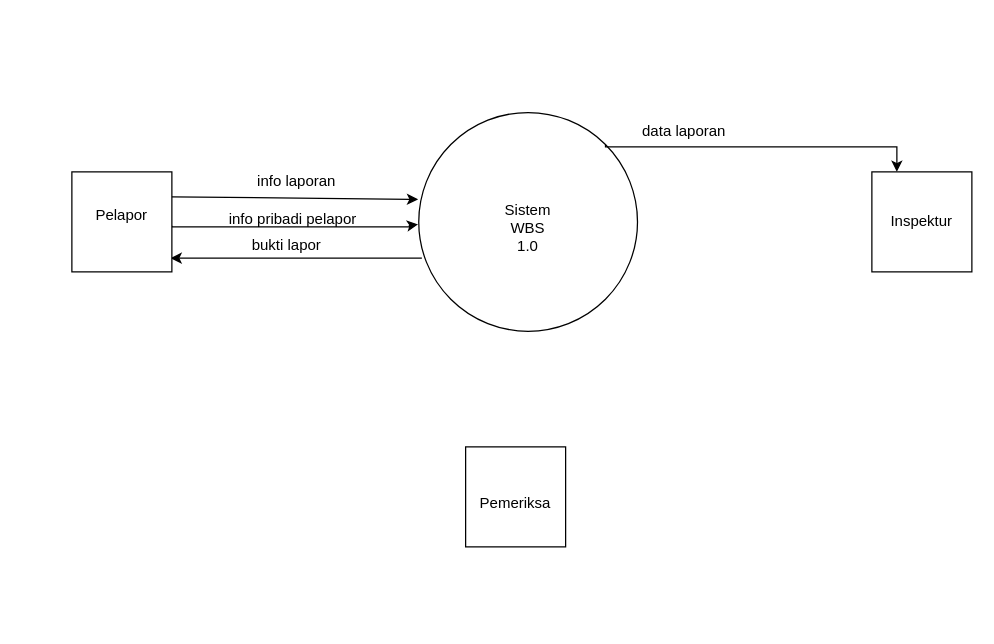
Before: page "Page-1" (1 of 3) of WBS DFD level 0.drawio in putuokky/konseptual-wbs, a draw.io diagram. Source tidied: cells renumbered, new cells numbered last; positions are measured from the earlier drawing's top-left corner, leaving out a move shared by most shapes. Both pictures are drawn from the tidied source at 125%, with x=0, y=0 at pixel (71, 111).
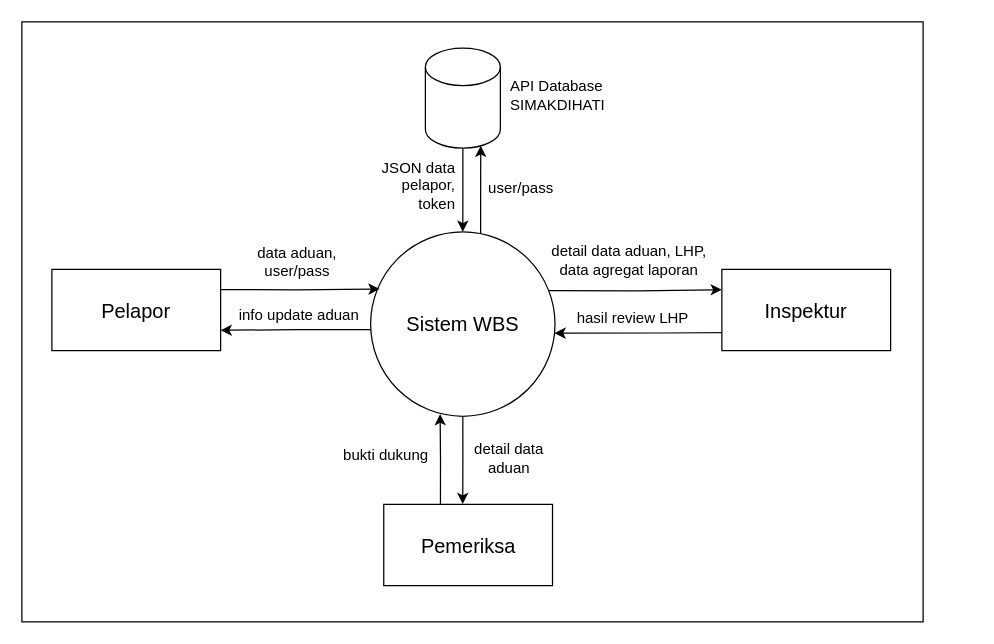
The same diagram, later.

Diff of the diagram source:
```diff
@@
+    <mxCell id="18" style="edgeStyle=orthogonalEdgeStyle;rounded=0;jettySize=auto;html=1;entryX=0.377;entryY=0.988;entryDx=0;entryDy=0;entryPerimeter=0;exitX=0.336;exitY=0.016;exitDx=0;exitDy=0;exitPerimeter=0;" parent="1" edge="1" source="17" target="2">
+      <mxGeometry relative="1" as="geometry" />
+    </mxCell>
+    <mxCell id="17" value="Pemeriksa" style="rounded=0;whiteSpace=wrap;html=1;fontSize=16;" parent="1" vertex="1">
+      <mxGeometry x="249.5" y="314" width="135" height="65" as="geometry" />
+    </mxCell>
+    <mxCell id="19" style="edgeStyle=orthogonalEdgeStyle;rounded=0;jettySize=auto;html=1;entryX=1;entryY=0.75;entryDx=0;entryDy=0;exitX=0.011;exitY=0.53;exitDx=0;exitDy=0;exitPerimeter=0;" parent="1" edge="1" source="2" target="9">
+      <mxGeometry relative="1" as="geometry" />
+    </mxCell>
+    <mxCell id="20" style="edgeStyle=orthogonalEdgeStyle;rounded=0;jettySize=auto;html=1;entryX=0;entryY=0.25;entryDx=0;entryDy=0;exitX=0.96;exitY=0.319;exitDx=0;exitDy=0;exitPerimeter=0;" parent="1" edge="1" source="2" target="10">
+      <mxGeometry relative="1" as="geometry" />
+    </mxCell>
+    <mxCell id="21" style="edgeStyle=orthogonalEdgeStyle;rounded=0;jettySize=auto;html=1;entryX=0.468;entryY=-0.004;entryDx=0;entryDy=0;entryPerimeter=0;" parent="1" edge="1" source="2" target="17">
+      <mxGeometry relative="1" as="geometry" />
+    </mxCell>
+    <mxCell id="22" style="edgeStyle=orthogonalEdgeStyle;rounded=0;jettySize=auto;html=1;entryX=0.738;entryY=0.975;entryDx=0;entryDy=0;entryPerimeter=0;" parent="1" edge="1" source="2" target="28">
+      <mxGeometry relative="1" as="geometry">
+        <Array as="points">
+          <mxPoint x="327" y="78" />
+          <mxPoint x="327" y="78" />
+        </Array>
+      </mxGeometry>
+    </mxCell>
-    <mxCell id="2" style="ellipse;whiteSpace=wrap;html=1;" parent="1" vertex="1">
-      <mxGeometry x="277.5" y="0.5" width="175" height="175" as="geometry" />
+    <mxCell id="2" value="Sistem WBS&lt;br style=&quot;border-color: var(--border-color); font-size: 16px;&quot;&gt;" style="ellipse;whiteSpace=wrap;html=1;fontSize=16;" parent="1" vertex="1">
+      <mxGeometry x="239" y="96" width="147.5" height="147.5" as="geometry" />
     </mxCell>
-    <mxCell id="3" value="Sistem WBS&lt;br&gt;1.0" style="text;strokeColor=none;align=center;fillColor=none;html=1;verticalAlign=middle;whiteSpace=wrap;rounded=0;" parent="1" vertex="1">
-      <mxGeometry x="335" y="78" width="60" height="30" as="geometry" />
-    </mxCell>
-    <mxCell id="4" style="edgeStyle=orthogonalEdgeStyle;rounded=0;orthogonalLoop=1;jettySize=auto;html=1;exitX=1;exitY=0.25;exitDx=0;exitDy=0;entryX=-0.003;entryY=0.38;entryDx=0;entryDy=0;entryPerimeter=0;" parent="1" edge="1">
-      <mxGeometry relative="1" as="geometry">
-        <mxPoint x="80" y="91" as="sourcePoint" />
-        <mxPoint x="277" y="90" as="targetPoint" />
-        <Array as="points">
-          <mxPoint x="80" y="92" />
-          <mxPoint x="270" y="92" />
-          <mxPoint x="270" y="91" />
-        </Array>
-      </mxGeometry>
-    </mxCell>
-    <mxCell id="5" style="edgeStyle=orthogonalEdgeStyle;rounded=0;orthogonalLoop=1;jettySize=auto;html=1;entryX=1.013;entryY=0.638;entryDx=0;entryDy=0;entryPerimeter=0;" parent="1" edge="1">
-      <mxGeometry relative="1" as="geometry">
-        <mxPoint x="280" y="117" as="sourcePoint" />
-        <mxPoint x="79" y="117" as="targetPoint" />
-      </mxGeometry>
-    </mxCell>
-    <mxCell id="6" style="whiteSpace=wrap;html=1;" parent="1" vertex="1">
-      <mxGeometry y="48" width="80" height="80" as="geometry" />
-    </mxCell>
-    <mxCell id="7" style="edgeStyle=orthogonalEdgeStyle;rounded=0;jettySize=auto;html=1;exitX=1;exitY=0;exitDx=0;exitDy=0;entryX=0.25;entryY=0;entryDx=0;entryDy=0;" parent="1" edge="1" source="2" target="8">
-      <mxGeometry relative="1" as="geometry">
-        <Array as="points">
-          <mxPoint x="427" y="28" />
-          <mxPoint x="660" y="28" />
-        </Array>
-      </mxGeometry>
-    </mxCell>
-    <mxCell id="8" style="whiteSpace=wrap;html=1;" parent="1" vertex="1">
-      <mxGeometry x="640" y="48" width="80" height="80" as="geometry" />
-    </mxCell>
-    <mxCell id="9" value="Pelapor" style="text;strokeColor=none;align=center;fillColor=none;html=1;verticalAlign=middle;whiteSpace=wrap;rounded=0;" parent="1" vertex="1">
-      <mxGeometry x="10" y="68" width="60" height="30" as="geometry" />
-    </mxCell>
-    <mxCell id="10" value="Inspektur" style="text;strokeColor=none;align=center;fillColor=none;html=1;verticalAlign=middle;whiteSpace=wrap;rounded=0;" parent="1" vertex="1">
-      <mxGeometry x="650" y="73" width="60" height="30" as="geometry" />
-    </mxCell>
-    <mxCell id="11" style="endArrow=classic;html=1;rounded=0;entryX=-0.003;entryY=0.397;entryDx=0;entryDy=0;exitX=1;exitY=0.25;exitDx=0;exitDy=0;entryPerimeter=0;" parent="1" edge="1" source="6" target="2">
-      <mxGeometry relative="1" as="geometry" />
-    </mxCell>
-    <mxCell id="12" value="info laporan" style="text;strokeColor=none;align=center;fillColor=none;html=1;verticalAlign=middle;whiteSpace=wrap;rounded=0;" parent="1" vertex="1">
-      <mxGeometry x="130" y="41" width="100" height="30" as="geometry" />
+    <mxCell id="12" value="data aduan, &lt;br&gt;user/pass" style="text;strokeColor=none;align=center;fillColor=none;html=1;verticalAlign=middle;whiteSpace=wrap;rounded=0;" parent="1" vertex="1">
+      <mxGeometry x="135" y="105" width="91" height="30" as="geometry" />
     </mxCell>
-    <mxCell id="13" value="info pribadi pelapor" style="text;strokeColor=none;align=center;fillColor=none;html=1;verticalAlign=middle;whiteSpace=wrap;rounded=0;" parent="1" vertex="1">
-      <mxGeometry x="102" y="71" width="150" height="30" as="geometry" />
-    </mxCell>
-    <mxCell id="14" value="bukti lapor" style="text;strokeColor=none;align=center;fillColor=none;html=1;verticalAlign=middle;whiteSpace=wrap;rounded=0;" parent="1" vertex="1">
-      <mxGeometry x="142" y="92" width="60" height="30" as="geometry" />
+    <mxCell id="14" value="info update aduan" style="text;strokeColor=none;align=center;fillColor=none;html=1;verticalAlign=middle;whiteSpace=wrap;rounded=0;" parent="1" vertex="1">
+      <mxGeometry x="127" y="148" width="110" height="30" as="geometry" />
     </mxCell>
-    <mxCell id="15" value="data laporan" style="text;strokeColor=none;align=center;fillColor=none;html=1;verticalAlign=middle;whiteSpace=wrap;rounded=0;" parent="1" vertex="1">
-      <mxGeometry x="440" y="0.5" width="100" height="30" as="geometry" />
+    <mxCell id="15" value="detail data aduan, LHP, &lt;br&gt;data agregat laporan" style="text;strokeColor=none;align=center;fillColor=none;html=1;verticalAlign=middle;whiteSpace=wrap;rounded=0;" parent="1" vertex="1">
+      <mxGeometry x="373" y="104" width="146" height="30" as="geometry" />
     </mxCell>
-    <mxCell id="16" style="whiteSpace=wrap;html=1;" parent="1" vertex="1">
-      <mxGeometry x="315" y="268" width="80" height="80" as="geometry" />
-    </mxCell>
-    <mxCell id="17" value="Pemeriksa" style="text;strokeColor=none;align=center;fillColor=none;html=1;verticalAlign=middle;whiteSpace=wrap;rounded=0;" parent="1" vertex="1">
-      <mxGeometry x="325" y="298" width="60" height="30" as="geometry" />
-    </mxCell>
+    <mxCell id="23" style="edgeStyle=orthogonalEdgeStyle;rounded=0;orthogonalLoop=1;jettySize=auto;html=1;exitX=0.012;exitY=0.806;exitDx=0;exitDy=0;entryX=0.997;entryY=0.563;entryDx=0;entryDy=0;exitPerimeter=0;entryPerimeter=0;" parent="1" edge="1">
+      <mxGeometry relative="1" as="geometry">
+        <mxPoint x="559.6" y="176.4" as="sourcePoint" />
+        <mxPoint x="386.1" y="177" as="targetPoint" />
+      </mxGeometry>
+    </mxCell>
+    <mxCell id="10" value="Inspektur" style="rounded=0;whiteSpace=wrap;html=1;fontSize=16;" parent="1" vertex="1">
+      <mxGeometry x="520" y="126" width="135" height="65" as="geometry" />
+    </mxCell>
+    <mxCell id="24" style="edgeStyle=orthogonalEdgeStyle;rounded=0;jettySize=auto;html=1;exitX=1;exitY=0.25;exitDx=0;exitDy=0;entryX=0.049;entryY=0.31;entryDx=0;entryDy=0;entryPerimeter=0;" parent="1" edge="1" source="9" target="2">
+      <mxGeometry relative="1" as="geometry" />
+    </mxCell>
+    <mxCell id="9" value="Pelapor" style="rounded=0;whiteSpace=wrap;html=1;fontSize=16;" parent="1" vertex="1">
+      <mxGeometry x="-16" y="126" width="135" height="65" as="geometry" />
+    </mxCell>
+    <mxCell id="25" value="hasil review LHP" style="text;strokeColor=none;align=center;fillColor=none;html=1;verticalAlign=middle;whiteSpace=wrap;rounded=0;" parent="1" vertex="1">
+      <mxGeometry x="376" y="150" width="146" height="30" as="geometry" />
+    </mxCell>
+    <mxCell id="26" value="detail data aduan" style="text;strokeColor=none;align=center;fillColor=none;html=1;verticalAlign=middle;whiteSpace=wrap;rounded=0;" parent="1" vertex="1">
+      <mxGeometry x="315.5" y="262" width="68" height="30" as="geometry" />
+    </mxCell>
+    <mxCell id="27" style="edgeStyle=orthogonalEdgeStyle;rounded=0;jettySize=auto;html=1;" parent="1" edge="1" source="28" target="2">
+      <mxGeometry relative="1" as="geometry" />
+    </mxCell>
+    <mxCell id="28" style="shape=cylinder3;whiteSpace=wrap;html=1;boundedLbl=1;backgroundOutline=1;size=15;" parent="1" vertex="1">
+      <mxGeometry x="282.8" y="-51" width="60" height="80" as="geometry" />
+    </mxCell>
+    <mxCell id="29" value="API Database SIMAKDIHATI" style="text;strokeColor=none;align=left;fillColor=none;html=1;verticalAlign=middle;whiteSpace=wrap;rounded=0;" parent="1" vertex="1">
+      <mxGeometry x="348.8" y="-28" width="90" height="30" as="geometry" />
+    </mxCell>
+    <mxCell id="30" value="JSON data pelapor,&lt;br&gt;token" style="text;strokeColor=none;align=right;fillColor=none;html=1;verticalAlign=middle;whiteSpace=wrap;rounded=0;" parent="1" vertex="1">
+      <mxGeometry x="219" y="32" width="90" height="53" as="geometry" />
+    </mxCell>
+    <mxCell id="31" value="user/pass" style="text;strokeColor=none;align=center;fillColor=none;html=1;verticalAlign=middle;whiteSpace=wrap;rounded=0;" parent="1" vertex="1">
+      <mxGeometry x="321" y="46" width="77" height="30" as="geometry" />
+    </mxCell>
+    <mxCell id="32" value="bukti dukung" style="text;strokeColor=none;align=center;fillColor=none;html=1;verticalAlign=middle;whiteSpace=wrap;rounded=0;" parent="1" vertex="1">
+      <mxGeometry x="203" y="260" width="97" height="30" as="geometry" />
+    </mxCell>
+    <mxCell id="33" style="rounded=0;whiteSpace=wrap;html=1;fillColor=none;" parent="1" vertex="1">
+      <mxGeometry x="-40" y="-72" width="721" height="480" as="geometry" />
+    </mxCell>
```
